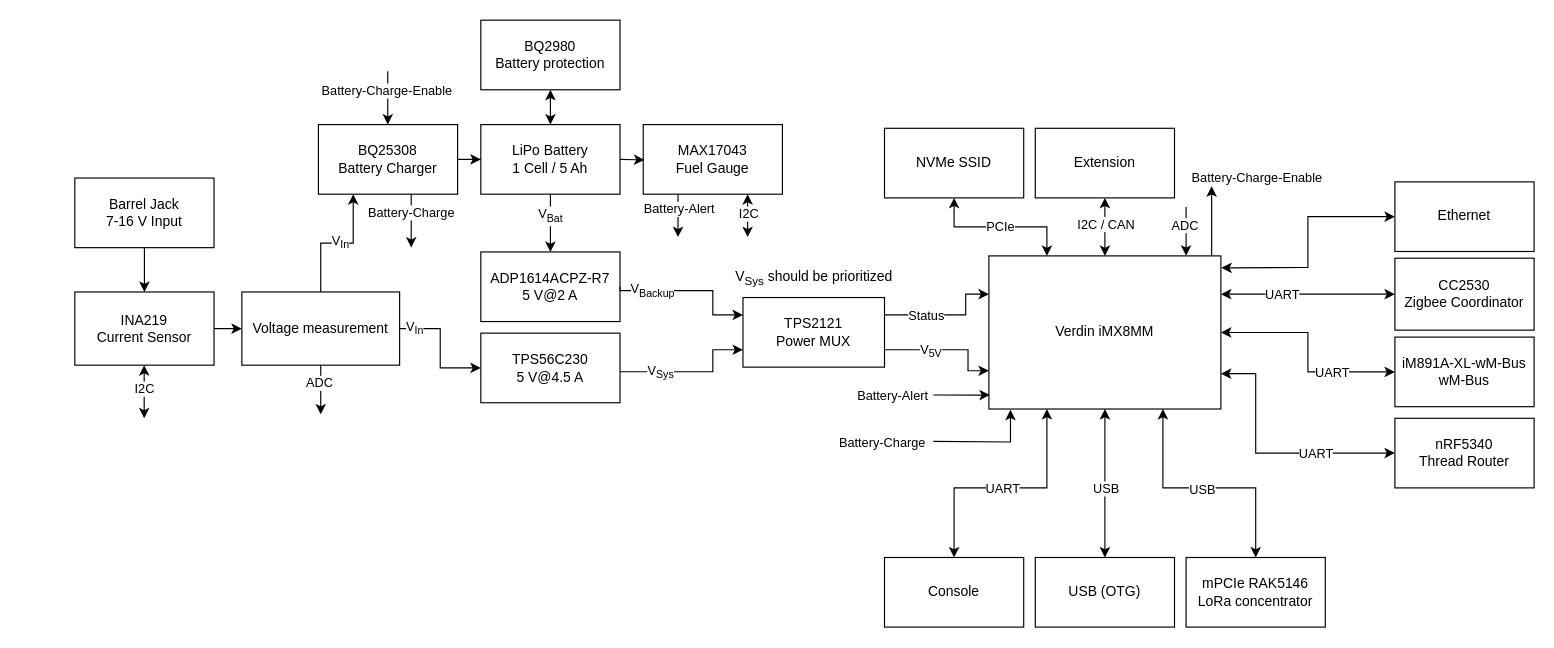
Before: docs/IoT-Gateway.drawio in Kampi/IoT-Gateway, a draw.io diagram. Source tidied: cells renumbered, new cells numbered last; positions are measured from the earlier drawing's top-left corner, leaving out a move shared by most shapes. Both pictures are drawn from the tidied source at 116%, with x=0, y=0 at pixel (74, 20).
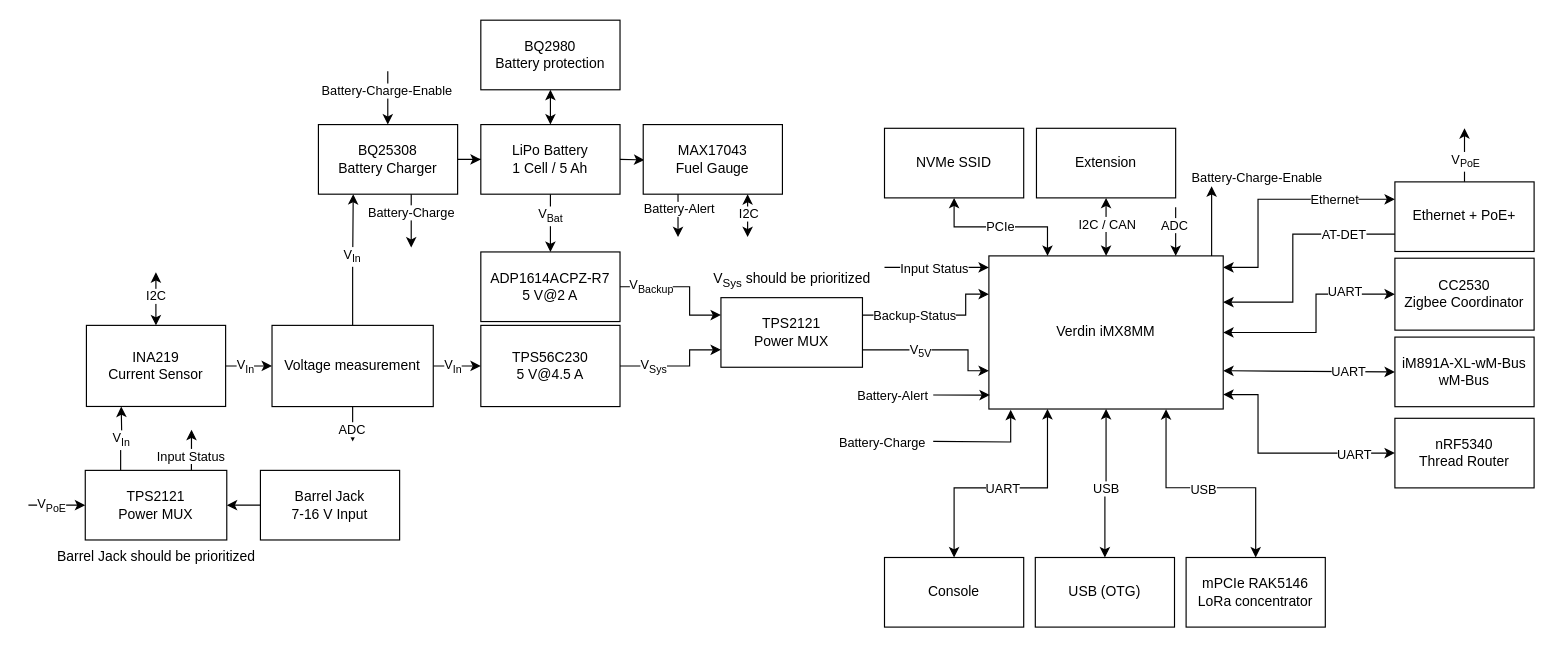
The same diagram, later.

The change refers to these unchanged cells:
```xml
<mxCell id="15" value="mPCIe RAK5146&lt;br&gt;LoRa concentrator" style="rounded=0;whiteSpace=wrap;html=1;strokeWidth=1;" parent="1" vertex="1">
  <mxGeometry x="958" y="463.1" width="120" height="60" as="geometry" />
</mxCell>
<mxCell id="16" value="CC2530&lt;br&gt;Zigbee Coordinator" style="rounded=0;whiteSpace=wrap;html=1;strokeWidth=1;" parent="1" vertex="1">
  <mxGeometry x="1138" y="205.1" width="120" height="62" as="geometry" />
</mxCell>
<mxCell id="17" value="nRF5340&lt;br&gt;Thread Router" style="rounded=0;whiteSpace=wrap;html=1;strokeWidth=1;" parent="1" vertex="1">
  <mxGeometry x="1138" y="343.1" width="120" height="60" as="geometry" />
</mxCell>
<mxCell id="22" value="iM891A-XL-wM-Bus&lt;br&gt;wM-Bus" style="rounded=0;whiteSpace=wrap;html=1;strokeWidth=1;" parent="1" vertex="1">
  <mxGeometry x="1138" y="273.1" width="120" height="60" as="geometry" />
</mxCell>
<mxCell id="25" value="BQ25308&lt;br&gt;Battery Charger" style="rounded=0;whiteSpace=wrap;html=1;" parent="1" vertex="1">
  <mxGeometry x="210" y="89.9" width="120" height="60" as="geometry" />
</mxCell>
<mxCell id="36" value="ADP1614ACPZ-R7&lt;br&gt;5 V@2 A" style="rounded=0;whiteSpace=wrap;html=1;" parent="1" vertex="1">
  <mxGeometry x="350" y="199.7" width="120" height="60" as="geometry" />
</mxCell>
<mxCell id="47" style="edgeStyle=orthogonalEdgeStyle;rounded=0;jettySize=auto;html=1;exitX=1;exitY=0.25;exitDx=0;exitDy=0;entryX=0;entryY=0.25;entryDx=0;entryDy=0;" parent="1" edge="1" source="32" target="11">
  <mxGeometry relative="1" as="geometry">
    <Array as="points">
      <mxPoint x="768" y="254" />
      <mxPoint x="768" y="236" />
    </Array>
  </mxGeometry>
</mxCell>
```

The edit, as a diff of the source:
```diff
@@
-    <mxCell id="2" style="edgeStyle=orthogonalEdgeStyle;rounded=0;jettySize=auto;html=1;entryX=0.5;entryY=0;entryDx=0;entryDy=0;startArrow=classic;startFill=1;exitX=0.75;exitY=1;exitDx=0;exitDy=0;" parent="1" edge="1" source="11" target="15">
+    <mxCell id="2" style="edgeStyle=orthogonalEdgeStyle;rounded=0;jettySize=auto;html=1;entryX=0.5;entryY=0;entryDx=0;entryDy=0;startArrow=classic;startFill=1;exitX=0.756;exitY=1.001;exitDx=0;exitDy=0;exitPerimeter=0;" parent="1" edge="1" source="11" target="15">
       <mxGeometry relative="1" as="geometry">
         <Array as="points">
-          <mxPoint x="938" y="403.1" />
-          <mxPoint x="1018" y="403.1" />
+          <mxPoint x="941" y="403" />
+          <mxPoint x="1018" y="403" />
         </Array>
       </mxGeometry>
     </mxCell>
@@
-    <mxCell id="4" style="edgeStyle=orthogonalEdgeStyle;rounded=0;jettySize=auto;html=1;exitX=1.002;exitY=0.078;exitDx=0;exitDy=0;entryX=0;entryY=0.5;entryDx=0;entryDy=0;startArrow=classic;startFill=1;exitPerimeter=0;" parent="1" edge="1" source="11" target="18">
+    <mxCell id="4" style="edgeStyle=orthogonalEdgeStyle;rounded=0;jettySize=auto;html=1;entryX=0;entryY=0.25;entryDx=0;entryDy=0;startArrow=classic;startFill=1;" parent="1" edge="1" target="18">
       <mxGeometry relative="1" as="geometry">
+        <mxPoint x="990" y="213" as="sourcePoint" />
         <Array as="points">
-          <mxPoint x="998" y="213.1" />
-          <mxPoint x="1063" y="213.1" />
-          <mxPoint x="1063" y="169.1" />
+          <mxPoint x="1020" y="213" />
+          <mxPoint x="1020" y="154" />
         </Array>
       </mxGeometry>
     </mxCell>
+    <mxCell id="79" value="Ethernet" style="edgeLabel;html=1;align=center;verticalAlign=middle;" parent="4" vertex="1">
+      <mxGeometry x="0.49" relative="1" as="geometry" />
+    </mxCell>
-    <mxCell id="5" style="edgeStyle=orthogonalEdgeStyle;rounded=0;jettySize=auto;html=1;exitX=1;exitY=0.25;exitDx=0;exitDy=0;entryX=0;entryY=0.5;entryDx=0;entryDy=0;startArrow=classic;startFill=1;" parent="1" edge="1" source="11" target="16">
+    <mxCell id="5" style="edgeStyle=orthogonalEdgeStyle;rounded=0;jettySize=auto;html=1;entryX=0;entryY=0.5;entryDx=0;entryDy=0;startArrow=classic;startFill=1;exitX=1;exitY=0.5;exitDx=0;exitDy=0;" parent="1" edge="1" source="11" target="16">
       <mxGeometry relative="1" as="geometry">
         <Array as="points">
-          <mxPoint x="1048" y="236.1" />
-          <mxPoint x="1048" y="236.1" />
+          <mxPoint x="1070" y="269" />
+          <mxPoint x="1070" y="236" />
         </Array>
       </mxGeometry>
     </mxCell>
     <mxCell id="6" value="UART" style="edgeLabel;html=1;align=center;verticalAlign=middle;" parent="5" vertex="1">
       <mxGeometry x="-0.46" relative="1" as="geometry">
-        <mxPoint x="11" as="offset" />
+        <mxPoint x="55" y="-36" as="offset" />
       </mxGeometry>
     </mxCell>
-    <mxCell id="7" style="edgeStyle=orthogonalEdgeStyle;rounded=0;jettySize=auto;html=1;exitX=1;exitY=0.5;exitDx=0;exitDy=0;startArrow=classic;startFill=1;entryX=0;entryY=0.5;entryDx=0;entryDy=0;" parent="1" edge="1" source="11" target="22">
+    <mxCell id="7" style="edgeStyle=orthogonalEdgeStyle;rounded=0;jettySize=auto;html=1;startArrow=classic;startFill=1;entryX=0;entryY=0.5;entryDx=0;entryDy=0;exitX=1;exitY=0.75;exitDx=0;exitDy=0;" parent="1" edge="1" source="11" target="22">
       <mxGeometry relative="1" as="geometry">
         <Array as="points">
-          <mxPoint x="1063" y="269.1" />
-          <mxPoint x="1063" y="303.1" />
+          <mxPoint x="1138" y="302" />
         </Array>
       </mxGeometry>
     </mxCell>
     <mxCell id="8" value="UART" style="edgeLabel;html=1;align=center;verticalAlign=middle;" parent="7" vertex="1">
       <mxGeometry x="0.33" relative="1" as="geometry">
-        <mxPoint x="7" as="offset" />
+        <mxPoint x="10" as="offset" />
       </mxGeometry>
     </mxCell>
@@
     <mxCell id="11" value="Verdin iMX8MM" style="rounded=0;whiteSpace=wrap;html=1;strokeWidth=1;" parent="1" vertex="1">
-      <mxGeometry x="788" y="203.1" width="200" height="132" as="geometry" />
+      <mxGeometry x="788" y="203.1" width="202" height="132" as="geometry" />
     </mxCell>
@@
+    <mxCell id="80" style="edgeStyle=orthogonalEdgeStyle;rounded=0;jettySize=auto;html=1;" parent="1" edge="1" source="18">
+      <mxGeometry relative="1" as="geometry">
+        <mxPoint x="1198" y="93" as="targetPoint" />
+      </mxGeometry>
+    </mxCell>
+    <mxCell id="81" value="V&lt;sub&gt;PoE&lt;/sub&gt;" style="edgeLabel;html=1;align=center;verticalAlign=middle;" parent="80" vertex="1">
+      <mxGeometry x="-0.21" relative="1" as="geometry" />
+    </mxCell>
-    <mxCell id="18" value="Ethernet" style="rounded=0;whiteSpace=wrap;html=1;strokeWidth=1;" parent="1" vertex="1">
+    <mxCell id="18" value="Ethernet + PoE+" style="rounded=0;whiteSpace=wrap;html=1;strokeWidth=1;" parent="1" vertex="1">
       <mxGeometry x="1138" y="139.3" width="120" height="60" as="geometry" />
     </mxCell>
@@
     <mxCell id="32" value="&lt;span style=&quot;text-align: left;&quot;&gt;TPS2121&lt;br&gt;Power MUX&lt;/span&gt;" style="rounded=0;whiteSpace=wrap;html=1;" parent="1" vertex="1">
-      <mxGeometry x="576" y="239" width="122" height="60" as="geometry" />
+      <mxGeometry x="557" y="239.1" width="122" height="60" as="geometry" />
     </mxCell>
     <mxCell id="33" value="&lt;div style=&quot;&quot;&gt;&lt;span style=&quot;background-color: initial;&quot;&gt;TPS56C230&lt;br&gt;&lt;/span&gt;&lt;span style=&quot;background-color: initial;&quot;&gt;5 V@4.5 A&lt;/span&gt;&lt;/div&gt;" style="rounded=0;whiteSpace=wrap;html=1;align=center;" parent="1" vertex="1">
-      <mxGeometry x="350" y="269.7" width="120" height="60" as="geometry" />
+      <mxGeometry x="350" y="263" width="120" height="70" as="geometry" />
     </mxCell>
-    <mxCell id="34" style="edgeStyle=orthogonalEdgeStyle;rounded=0;jettySize=auto;html=1;entryX=0;entryY=0.75;entryDx=0;entryDy=0;" parent="1" edge="1" source="33" target="32">
+    <mxCell id="34" style="edgeStyle=orthogonalEdgeStyle;rounded=0;jettySize=auto;html=1;entryX=0;entryY=0.75;entryDx=0;entryDy=0;exitX=1;exitY=0.5;exitDx=0;exitDy=0;" parent="1" edge="1" source="33" target="32">
       <mxGeometry relative="1" as="geometry">
         <Array as="points">
-          <mxPoint x="550" y="303" />
-          <mxPoint x="550" y="284" />
+          <mxPoint x="530" y="298" />
+          <mxPoint x="530" y="284" />
         </Array>
       </mxGeometry>
     </mxCell>
@@
     <mxCell id="37" style="edgeStyle=orthogonalEdgeStyle;rounded=0;jettySize=auto;html=1;exitX=1;exitY=0.5;exitDx=0;exitDy=0;entryX=0;entryY=0.25;entryDx=0;entryDy=0;" parent="1" edge="1" source="36" target="32">
       <mxGeometry relative="1" as="geometry">
         <Array as="points">
-          <mxPoint x="550" y="233" />
-          <mxPoint x="550" y="254" />
+          <mxPoint x="530" y="230" />
+          <mxPoint x="530" y="254" />
         </Array>
       </mxGeometry>
     </mxCell>
@@
     <mxCell id="46" value="V&lt;sub&gt;Sys&lt;/sub&gt; should be prioritized" style="text;html=1;align=center;verticalAlign=middle;strokeColor=none;fillColor=none;" parent="1" vertex="1">
-      <mxGeometry x="557" y="207.4" width="160" height="30" as="geometry" />
+      <mxGeometry x="538" y="209.1" width="160" height="30" as="geometry" />
     </mxCell>
@@
-    <mxCell id="48" value="Status" style="edgeLabel;html=1;align=center;verticalAlign=middle;" parent="47" vertex="1">
+    <mxCell id="48" value="Backup-Status" style="edgeLabel;html=1;align=center;verticalAlign=middle;" parent="47" vertex="1">
       <mxGeometry x="-0.02" relative="1" as="geometry">
         <mxPoint x="-18" as="offset" />
       </mxGeometry>
     </mxCell>
@@
-    <mxCell id="53" style="edgeStyle=orthogonalEdgeStyle;rounded=0;jettySize=auto;html=1;" parent="1" edge="1" source="54" target="61">
+    <mxCell id="53" style="edgeStyle=orthogonalEdgeStyle;rounded=0;jettySize=auto;html=1;entryX=1;entryY=0.5;entryDx=0;entryDy=0;" parent="1" edge="1" source="54" target="92">
       <mxGeometry relative="1" as="geometry" />
     </mxCell>
     <mxCell id="54" value="Barrel Jack&lt;br&gt;7-16 V Input" style="rounded=0;whiteSpace=wrap;html=1;" parent="1" vertex="1">
-      <mxGeometry y="136" width="120" height="60" as="geometry" />
+      <mxGeometry x="160" y="388" width="120" height="60" as="geometry" />
     </mxCell>
     <mxCell id="55" value="Extension" style="rounded=0;whiteSpace=wrap;html=1;strokeWidth=1;" parent="1" vertex="1">
-      <mxGeometry x="828" y="93.1" width="120" height="60" as="geometry" />
+      <mxGeometry x="829" y="93.1" width="120" height="60" as="geometry" />
     </mxCell>
-    <mxCell id="56" style="edgeStyle=orthogonalEdgeStyle;rounded=0;jettySize=auto;html=1;exitX=0;exitY=0.5;exitDx=0;exitDy=0;entryX=1;entryY=0.769;entryDx=0;entryDy=0;entryPerimeter=0;startArrow=classic;startFill=1;" parent="1" edge="1" source="17" target="11">
+    <mxCell id="56" style="edgeStyle=orthogonalEdgeStyle;rounded=0;jettySize=auto;html=1;exitX=0;exitY=0.5;exitDx=0;exitDy=0;startArrow=classic;startFill=1;entryX=1;entryY=0.906;entryDx=0;entryDy=0;entryPerimeter=0;" parent="1" edge="1" source="17" target="11">
       <mxGeometry relative="1" as="geometry">
         <Array as="points">
-          <mxPoint x="1018" y="373.1" />
-          <mxPoint x="1018" y="305.1" />
+          <mxPoint x="1020" y="373" />
+          <mxPoint x="1020" y="323" />
         </Array>
       </mxGeometry>
     </mxCell>
     <mxCell id="57" value="UART" style="edgeLabel;html=1;align=center;verticalAlign=middle;" parent="56" vertex="1">
       <mxGeometry x="-0.32" y="1" relative="1" as="geometry">
-        <mxPoint x="5" y="-1" as="offset" />
+        <mxPoint x="31" as="offset" />
       </mxGeometry>
     </mxCell>
@@
-    <mxCell id="60" style="edgeStyle=orthogonalEdgeStyle;rounded=0;jettySize=auto;html=1;" parent="1" edge="1" source="61" target="70">
+    <mxCell id="60" style="edgeStyle=orthogonalEdgeStyle;rounded=0;jettySize=auto;html=1;entryX=0;entryY=0.5;entryDx=0;entryDy=0;" parent="1" edge="1" source="61" target="70">
       <mxGeometry relative="1" as="geometry" />
     </mxCell>
+    <mxCell id="82" value="V&lt;sub&gt;In&lt;/sub&gt;" style="edgeLabel;html=1;align=center;verticalAlign=middle;" parent="60" vertex="1">
+      <mxGeometry x="-0.2" relative="1" as="geometry" />
+    </mxCell>
     <mxCell id="61" value="INA219&lt;br&gt;Current Sensor" style="rounded=0;whiteSpace=wrap;html=1;" parent="1" vertex="1">
-      <mxGeometry y="234.2" width="120" height="63.1" as="geometry" />
+      <mxGeometry x="10" y="263" width="120" height="69.9" as="geometry" />
     </mxCell>
     <mxCell id="62" style="endArrow=classic;html=1;rounded=0;startArrow=classic;startFill=1;exitX=0.75;exitY=1;exitDx=0;exitDy=0;" parent="1" edge="1">
       <mxGeometry relative="1" as="geometry">
-        <mxPoint x="59.8" y="297.3" as="sourcePoint" />
-        <mxPoint x="59.8" y="343.1" as="targetPoint" />
+        <mxPoint x="69.9" y="217.2" as="sourcePoint" />
+        <mxPoint x="69.9" y="263" as="targetPoint" />
       </mxGeometry>
     </mxCell>
@@
-    <mxCell id="64" style="edgeStyle=orthogonalEdgeStyle;rounded=0;jettySize=auto;html=1;" parent="1" edge="1" source="70">
-      <mxGeometry relative="1" as="geometry">
-        <mxPoint x="212" y="339.7" as="targetPoint" />
-      </mxGeometry>
-    </mxCell>
-    <mxCell id="65" value="ADC" style="edgeLabel;html=1;align=center;verticalAlign=middle;" parent="64" vertex="1">
-      <mxGeometry x="-0.29" y="-2" relative="1" as="geometry" />
-    </mxCell>
-    <mxCell id="66" style="edgeStyle=orthogonalEdgeStyle;rounded=0;jettySize=auto;html=1;" parent="1" edge="1" source="70" target="33">
-      <mxGeometry relative="1" as="geometry" />
-    </mxCell>
-    <mxCell id="67" value="V&lt;sub&gt;In&lt;/sub&gt;" style="edgeLabel;html=1;align=center;verticalAlign=middle;" parent="66" vertex="1">
-      <mxGeometry x="-0.76" relative="1" as="geometry" />
-    </mxCell>
     <mxCell id="68" style="edgeStyle=orthogonalEdgeStyle;rounded=0;jettySize=auto;html=1;entryX=0.25;entryY=1;entryDx=0;entryDy=0;" parent="1" edge="1" source="70" target="25">
-      <mxGeometry relative="1" as="geometry" />
+      <mxGeometry relative="1" as="geometry">
+        <Array as="points">
+          <mxPoint x="240" y="213" />
+          <mxPoint x="240" y="213" />
+        </Array>
+      </mxGeometry>
     </mxCell>
@@
+    <mxCell id="66" style="edgeStyle=orthogonalEdgeStyle;rounded=0;jettySize=auto;html=1;entryX=0;entryY=0.5;entryDx=0;entryDy=0;" parent="1" edge="1" source="70" target="33">
+      <mxGeometry relative="1" as="geometry" />
+    </mxCell>
+    <mxCell id="83" value="V&lt;sub&gt;In&lt;/sub&gt;" style="edgeLabel;html=1;align=center;verticalAlign=middle;" parent="66" vertex="1">
+      <mxGeometry x="-0.23" relative="1" as="geometry" />
+    </mxCell>
+    <mxCell id="84" style="edgeStyle=orthogonalEdgeStyle;rounded=0;jettySize=auto;html=1;" parent="1" edge="1" source="70">
+      <mxGeometry relative="1" as="geometry">
+        <mxPoint x="239.5" y="363" as="targetPoint" />
+      </mxGeometry>
+    </mxCell>
+    <mxCell id="65" value="ADC" style="edgeLabel;html=1;align=center;verticalAlign=middle;" parent="84" vertex="1">
+      <mxGeometry x="0.25" y="-1" relative="1" as="geometry" />
+    </mxCell>
     <mxCell id="70" value="Voltage measurement" style="rounded=0;whiteSpace=wrap;html=1;" parent="1" vertex="1">
-      <mxGeometry x="144" y="234.2" width="136" height="63.1" as="geometry" />
+      <mxGeometry x="170" y="263" width="139" height="70" as="geometry" />
     </mxCell>
     <mxCell id="71" style="edgeStyle=orthogonalEdgeStyle;rounded=0;orthogonalLoop=1;jettySize=auto;html=1;" parent="1" edge="1">
       <mxGeometry relative="1" as="geometry">
-        <mxPoint x="958" y="161" as="sourcePoint" />
-        <mxPoint x="958" y="203" as="targetPoint" />
+        <mxPoint x="949" y="161.1" as="sourcePoint" />
+        <mxPoint x="949" y="203.1" as="targetPoint" />
       </mxGeometry>
     </mxCell>
@@
+    <mxCell id="85" style="edgeStyle=orthogonalEdgeStyle;rounded=0;jettySize=auto;html=1;exitX=0;exitY=0.75;exitDx=0;exitDy=0;entryX=1;entryY=0.302;entryDx=0;entryDy=0;entryPerimeter=0;" parent="1" edge="1" source="18" target="11">
+      <mxGeometry relative="1" as="geometry">
+        <Array as="points">
+          <mxPoint x="1050" y="184" />
+          <mxPoint x="1050" y="243" />
+        </Array>
+      </mxGeometry>
+    </mxCell>
+    <mxCell id="86" value="AT-DET" style="edgeLabel;html=1;align=center;verticalAlign=middle;" parent="85" vertex="1">
+      <mxGeometry x="-0.56" relative="1" as="geometry" />
+    </mxCell>
+    <mxCell id="87" style="edgeStyle=orthogonalEdgeStyle;rounded=0;jettySize=auto;html=1;exitX=0.25;exitY=0;exitDx=0;exitDy=0;" parent="1" edge="1" source="92">
+      <mxGeometry relative="1" as="geometry">
+        <mxPoint x="40" y="333" as="targetPoint" />
+      </mxGeometry>
+    </mxCell>
+    <mxCell id="88" style="edgeLabel;html=1;align=center;verticalAlign=middle;" parent="87" vertex="1">
+      <mxGeometry x="-0.05" relative="1" as="geometry" />
+    </mxCell>
+    <mxCell id="89" value="V&lt;sub&gt;In&lt;/sub&gt;" style="edgeLabel;html=1;align=center;verticalAlign=middle;" parent="87" vertex="1">
+      <mxGeometry x="-0.03" relative="1" as="geometry" />
+    </mxCell>
+    <mxCell id="90" style="edgeStyle=orthogonalEdgeStyle;rounded=0;jettySize=auto;html=1;exitX=0.75;exitY=0;exitDx=0;exitDy=0;" parent="1" edge="1" source="92">
+      <mxGeometry relative="1" as="geometry">
+        <mxPoint x="100.6" y="353" as="targetPoint" />
+      </mxGeometry>
+    </mxCell>
+    <mxCell id="91" value="Input Status" style="edgeLabel;html=1;align=center;verticalAlign=middle;" parent="90" vertex="1">
+      <mxGeometry x="-0.32" y="1" relative="1" as="geometry" />
+    </mxCell>
+    <mxCell id="92" value="&lt;span style=&quot;text-align: left;&quot;&gt;TPS2121&lt;br&gt;Power MUX&lt;/span&gt;" style="rounded=0;whiteSpace=wrap;html=1;" parent="1" vertex="1">
+      <mxGeometry x="9" y="388" width="122" height="60" as="geometry" />
+    </mxCell>
+    <mxCell id="93" value="Barrel Jack should be prioritized" style="text;html=1;align=center;verticalAlign=middle;strokeColor=none;fillColor=none;" parent="1" vertex="1">
+      <mxGeometry x="-25" y="448" width="190" height="30" as="geometry" />
+    </mxCell>
+    <mxCell id="94" style="edgeStyle=orthogonalEdgeStyle;rounded=0;jettySize=auto;html=1;exitX=0;exitY=0.5;exitDx=0;exitDy=0;startArrow=classic;startFill=1;endArrow=none;endFill=0;" parent="1" edge="1" source="92">
+      <mxGeometry relative="1" as="geometry">
+        <mxPoint x="-40" y="418" as="targetPoint" />
+      </mxGeometry>
+    </mxCell>
+    <mxCell id="95" value="V&lt;sub&gt;PoE&lt;/sub&gt;" style="edgeLabel;html=1;align=center;verticalAlign=middle;" parent="94" vertex="1">
+      <mxGeometry x="-0.21" relative="1" as="geometry">
+        <mxPoint x="-10" as="offset" />
+      </mxGeometry>
+    </mxCell>
+    <mxCell id="96" style="edgeStyle=orthogonalEdgeStyle;rounded=0;orthogonalLoop=1;jettySize=auto;html=1;" parent="1" edge="1">
+      <mxGeometry relative="1" as="geometry">
+        <mxPoint x="698" y="213" as="sourcePoint" />
+        <mxPoint x="788" y="213" as="targetPoint" />
+      </mxGeometry>
+    </mxCell>
+    <mxCell id="97" value="Input Status" style="edgeLabel;html=1;align=center;verticalAlign=middle;" parent="96" vertex="1">
+      <mxGeometry x="-0.32" relative="1" as="geometry">
+        <mxPoint x="11" as="offset" />
+      </mxGeometry>
+    </mxCell>
```
